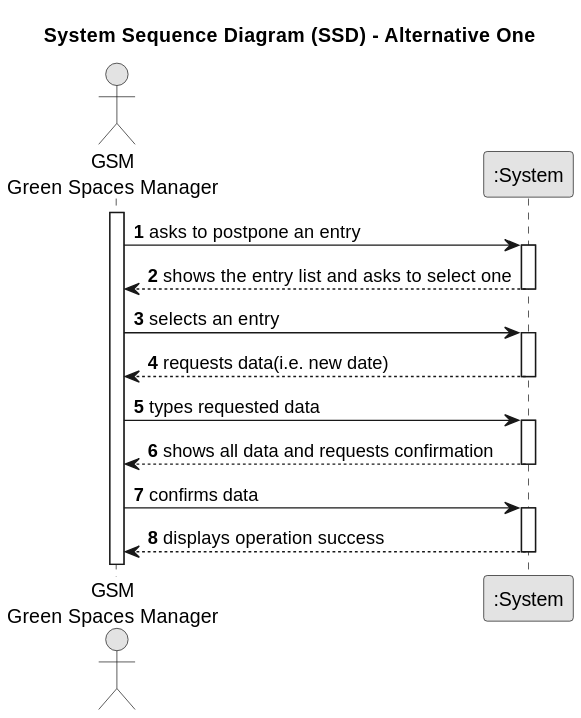
Above: docs/sprintA&B&C/us024/01.requirements-engineering/svg/us024-system-sequence-diagram-alternative-one.svg in daniel41silva05/ISEP_2023_2024_LAPR2 (PlantUML), before the change. Its diagram source:
```plantuml
@startuml
skinparam monochrome true
skinparam packageStyle rectangle
skinparam shadowing false

title System Sequence Diagram (SSD) - Alternative One

autonumber

actor "GSM\nGreen Spaces Manager" as GSM
participant ":System" as System

activate GSM

    GSM -> System : asks to postpone an entry
    activate System

        System --> GSM : shows the entry list and asks to select one
    deactivate System

    GSM -> System : selects an entry
    activate System

        System --> GSM : requests data(i.e. new date)
    deactivate System

    GSM -> System : types requested data
    activate System

        System --> GSM : shows all data and requests confirmation
    deactivate System

    GSM -> System : confirms data
    activate System

        System --> GSM : displays operation success
    deactivate System
@enduml
```
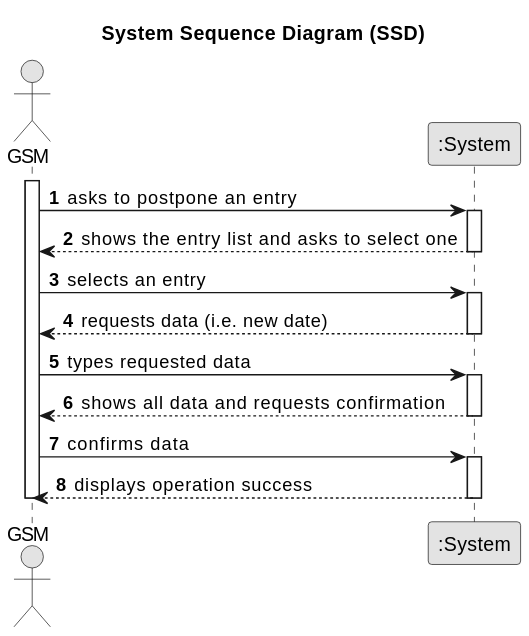
After the change.

Commit message:
US24 System Sequence Diagram Correction

Diff of the diagram source:
```diff
@@ -3,36 +3,38 @@
 skinparam packageStyle rectangle
 skinparam shadowing false
 
-title System Sequence Diagram (SSD) - Alternative One
+title System Sequence Diagram (SSD)
 
 autonumber
 
-actor "GSM\nGreen Spaces Manager" as GSM
+actor "GSM" as ADM
 participant ":System" as System
 
-activate GSM
+activate ADM
 
-    GSM -> System : asks to postpone an entry
+    ADM -> System : asks to postpone an entry
     activate System
 
-        System --> GSM : shows the entry list and asks to select one
+        System --> ADM : shows the entry list and asks to select one
     deactivate System
 
-    GSM -> System : selects an entry
+    ADM -> System : selects an entry
     activate System
 
-        System --> GSM : requests data(i.e. new date)
+        System --> ADM : requests data (i.e. new date)
     deactivate System
 
-    GSM -> System : types requested data
+    ADM -> System : types requested data
     activate System
 
-        System --> GSM : shows all data and requests confirmation
+        System --> ADM : shows all data and requests confirmation
     deactivate System
 
-    GSM -> System : confirms data
+    ADM -> System : confirms data
     activate System
 
-        System --> GSM : displays operation success
+        System --> ADM : displays operation success
     deactivate System
+
+deactivate ADM
 @enduml
```
